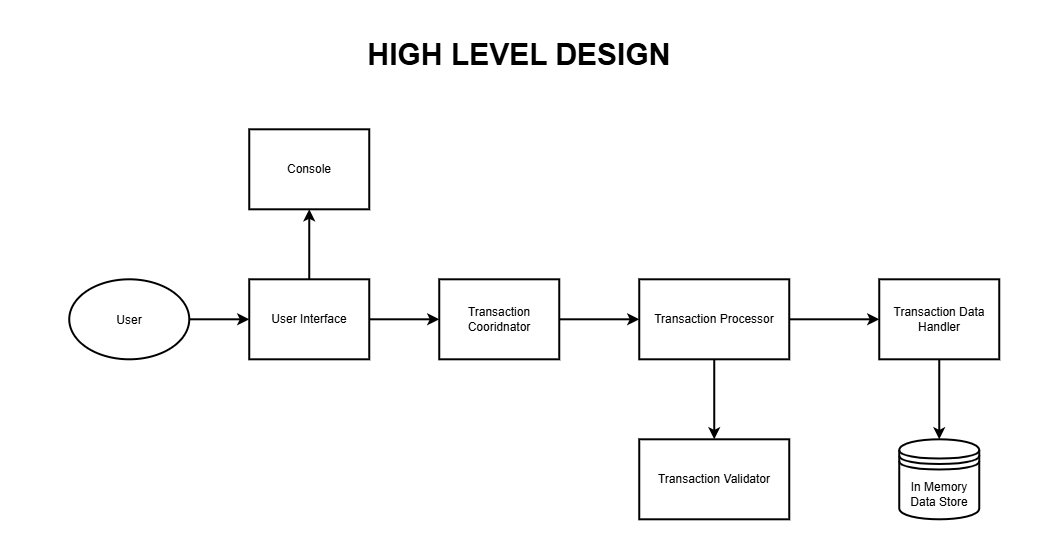
This is src/ExpenseTracker/Docs/HLD.png from 27032-Diwas/C_Sharp_Assignment, a draw.io export, as it was before one commit. Source tidied: cells renumbered, new cells last; positions are measured from the earlier drawing's top-left corner, leaving out a move shared by most shapes.
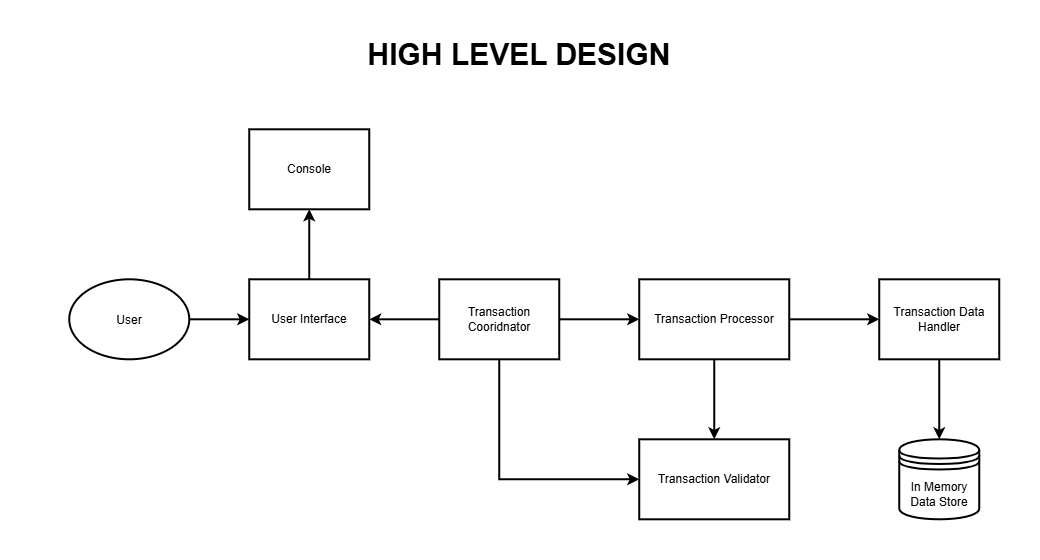
After the change.

Commit message:
fix: HLD arrow directions

The edit, as a diff of the source:
```diff
@@ -11,7 +11,7 @@
     <mxCell id="4" style="edgeStyle=orthogonalEdgeStyle;rounded=0;jettySize=auto;html=1;entryX=0.5;entryY=1;entryDx=0;entryDy=0;strokeWidth=2;" parent="1" edge="1" source="6" target="7">
       <mxGeometry relative="1" as="geometry" />
     </mxCell>
-    <mxCell id="5" style="edgeStyle=orthogonalEdgeStyle;rounded=0;jettySize=auto;html=1;exitX=1;exitY=0.5;exitDx=0;exitDy=0;entryX=0;entryY=0.5;entryDx=0;entryDy=0;strokeWidth=2;" parent="1" edge="1" source="6" target="16">
+    <mxCell id="5" style="edgeStyle=orthogonalEdgeStyle;rounded=0;jettySize=auto;html=1;exitX=1;exitY=0.5;exitDx=0;exitDy=0;entryX=0;entryY=0.5;entryDx=0;entryDy=0;strokeWidth=2;startArrow=classic;startFill=1;endArrow=none;endFill=0;" parent="1" edge="1" source="6" target="16">
       <mxGeometry relative="1" as="geometry" />
     </mxCell>
     <mxCell id="6" value="User Interface" style="rounded=0;whiteSpace=wrap;html=1;strokeWidth=2;" parent="1" vertex="1">
@@ -44,6 +44,9 @@
     <mxCell id="15" style="edgeStyle=orthogonalEdgeStyle;rounded=0;jettySize=auto;html=1;exitX=1;exitY=0.5;exitDx=0;exitDy=0;entryX=0;entryY=0.5;entryDx=0;entryDy=0;strokeWidth=2;" parent="1" edge="1" source="16" target="10">
       <mxGeometry relative="1" as="geometry" />
     </mxCell>
+    <mxCell id="18" style="edgeStyle=orthogonalEdgeStyle;rounded=0;jettySize=auto;html=1;exitX=0.5;exitY=1;exitDx=0;exitDy=0;entryX=0;entryY=0.5;entryDx=0;entryDy=0;strokeWidth=2;" parent="1" edge="1" source="16" target="11">
+      <mxGeometry relative="1" as="geometry" />
+    </mxCell>
     <mxCell id="16" value="Transaction Cooridnator" style="rounded=0;whiteSpace=wrap;html=1;strokeWidth=2;" parent="1" vertex="1">
       <mxGeometry x="370" y="240" width="120" height="80" as="geometry" />
     </mxCell>
```
